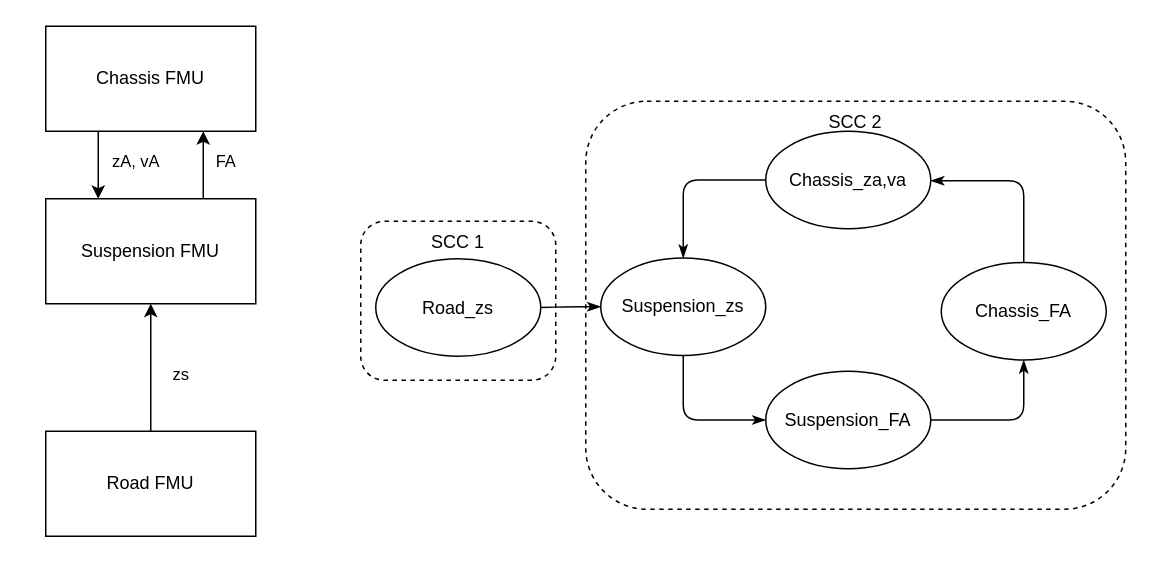
Earlier version of the draw.io diagram page "Page-2" (2 of 6) of images/quarter_car.drawio (SimplisticCode/An-FMI-Based-initialization-plugin-for-INTO-CPS-Maestro-2---Long). Source tidied: cells renumbered, new cells numbered last; positions are measured from the earlier drawing's top-left corner, leaving out a move shared by most shapes. Both pictures are drawn from the tidied source at 150%, with x=0, y=0 at pixel (45, 26).
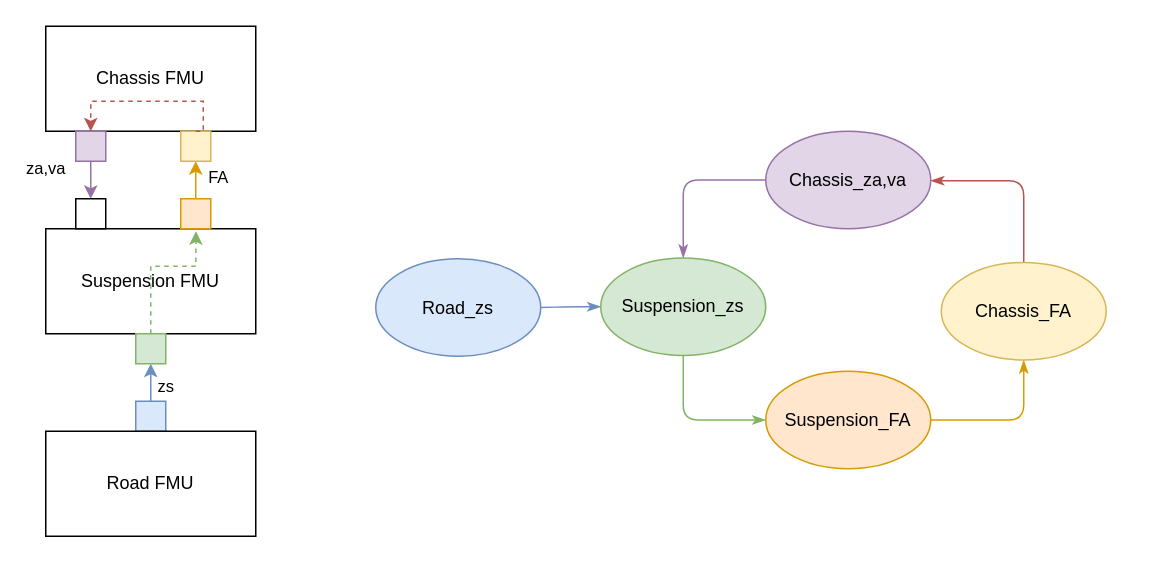
Above is the later version.

Unchanged cells that the change refers to:
```xml
<mxCell id="5" value="Road FMU" style="rounded=0;whiteSpace=wrap;html=1;" parent="1" vertex="1">
  <mxGeometry y="270" width="140" height="70" as="geometry" />
</mxCell>
<mxCell id="9" value="Chassis FMU" style="rounded=0;whiteSpace=wrap;html=1;" parent="1" vertex="1">
  <mxGeometry width="140" height="70" as="geometry" />
</mxCell>
```

Diff of the diagram source:
```diff
@@
-    <mxCell id="2" value="SCC 1" style="rounded=1;whiteSpace=wrap;html=1;dashed=1;verticalAlign=top;" parent="1" vertex="1">
-      <mxGeometry x="210" y="130" width="130" height="106" as="geometry" />
-    </mxCell>
-    <mxCell id="3" value="SCC 2" style="rounded=1;whiteSpace=wrap;html=1;dashed=1;verticalAlign=top;" parent="1" vertex="1">
-      <mxGeometry x="360" y="50" width="360" height="272" as="geometry" />
-    </mxCell>
+    <mxCell id="20" style="rounded=0;whiteSpace=wrap;html=1;fillColor=#dae8fc;strokeColor=#6c8ebf;" parent="1" vertex="1">
+      <mxGeometry x="60" y="250" width="20" height="20" as="geometry" />
+    </mxCell>
-    <mxCell id="4" value="zs" style="edgeStyle=orthogonalEdgeStyle;rounded=0;jettySize=auto;html=1;entryX=0.5;entryY=1;entryDx=0;entryDy=0;" parent="1" edge="1" source="5" target="7">
-      <mxGeometry x="-0.11" y="-20" relative="1" as="geometry" />
+    <mxCell id="4" value="zs" style="edgeStyle=orthogonalEdgeStyle;rounded=0;jettySize=auto;html=1;entryX=0.5;entryY=1;entryDx=0;entryDy=0;fillColor=#dae8fc;strokeColor=#6c8ebf;" parent="1" edge="1" source="20" target="21">
+      <mxGeometry x="0.45" y="-10" relative="1" as="geometry" />
     </mxCell>
@@
-    <mxCell id="6" value="FA" style="edgeStyle=orthogonalEdgeStyle;rounded=0;jettySize=auto;html=1;exitX=0.75;exitY=0;exitDx=0;exitDy=0;entryX=0.75;entryY=1;entryDx=0;entryDy=0;" parent="1" edge="1" source="7" target="9">
+    <mxCell id="6" value="FA" style="edgeStyle=orthogonalEdgeStyle;rounded=0;jettySize=auto;html=1;exitX=0.5;exitY=0;exitDx=0;exitDy=0;entryX=0.5;entryY=1;entryDx=0;entryDy=0;fillColor=#ffe6cc;strokeColor=#d79b00;" parent="1" edge="1" source="22" target="23">
       <mxGeometry x="0.11" y="-15" relative="1" as="geometry" />
     </mxCell>
     <mxCell id="7" value="Suspension FMU" style="rounded=0;whiteSpace=wrap;html=1;" parent="1" vertex="1">
-      <mxGeometry y="115" width="140" height="70" as="geometry" />
+      <mxGeometry y="135" width="140" height="70" as="geometry" />
     </mxCell>
-    <mxCell id="8" value="zA, vA" style="edgeStyle=orthogonalEdgeStyle;rounded=0;jettySize=auto;html=1;exitX=0.25;exitY=1;exitDx=0;exitDy=0;entryX=0.25;entryY=0;entryDx=0;entryDy=0;" parent="1" edge="1" source="9" target="7">
-      <mxGeometry x="-0.11" y="25" relative="1" as="geometry" />
-    </mxCell>
@@
-    <mxCell id="10" style="edgeStyle=orthogonalEdgeStyle;rounded=1;jettySize=auto;html=1;startArrow=classicThin;startFill=1;endArrow=none;endFill=0;strokeColor=#000000;" parent="1" edge="1" source="13" target="11">
+    <mxCell id="10" style="edgeStyle=orthogonalEdgeStyle;rounded=1;jettySize=auto;html=1;startArrow=classicThin;startFill=1;endArrow=none;endFill=0;strokeColor=#6c8ebf;fillColor=#dae8fc;" parent="1" edge="1" source="13" target="11">
       <mxGeometry relative="1" as="geometry" />
     </mxCell>
-    <mxCell id="11" value="Road_zs" style="ellipse;whiteSpace=wrap;html=1;" parent="1" vertex="1">
+    <mxCell id="11" value="Road_zs" style="ellipse;whiteSpace=wrap;html=1;fillColor=#dae8fc;strokeColor=#6c8ebf;" parent="1" vertex="1">
       <mxGeometry x="220" y="155" width="110" height="65" as="geometry" />
     </mxCell>
-    <mxCell id="12" style="edgeStyle=orthogonalEdgeStyle;rounded=1;jettySize=auto;html=1;exitX=0.5;exitY=1;exitDx=0;exitDy=0;entryX=0;entryY=0.5;entryDx=0;entryDy=0;startArrow=none;startFill=0;endArrow=classicThin;endFill=1;strokeColor=#000000;" parent="1" edge="1" source="13" target="15">
+    <mxCell id="12" style="edgeStyle=orthogonalEdgeStyle;rounded=1;jettySize=auto;html=1;exitX=0.5;exitY=1;exitDx=0;exitDy=0;entryX=0;entryY=0.5;entryDx=0;entryDy=0;startArrow=none;startFill=0;endArrow=classicThin;endFill=1;strokeColor=#82b366;fillColor=#d5e8d4;" parent="1" edge="1" source="13" target="15">
       <mxGeometry relative="1" as="geometry" />
     </mxCell>
-    <mxCell id="13" value="Suspension_zs" style="ellipse;whiteSpace=wrap;html=1;" parent="1" vertex="1">
+    <mxCell id="13" value="Suspension_zs" style="ellipse;whiteSpace=wrap;html=1;fillColor=#d5e8d4;strokeColor=#82b366;" parent="1" vertex="1">
       <mxGeometry x="370" y="154.5" width="110" height="65" as="geometry" />
     </mxCell>
-    <mxCell id="14" style="edgeStyle=orthogonalEdgeStyle;rounded=1;jettySize=auto;html=1;exitX=1;exitY=0.5;exitDx=0;exitDy=0;entryX=0.5;entryY=1;entryDx=0;entryDy=0;startArrow=none;startFill=0;endArrow=classicThin;endFill=1;strokeColor=#000000;" parent="1" edge="1" source="15" target="17">
+    <mxCell id="14" style="edgeStyle=orthogonalEdgeStyle;rounded=1;jettySize=auto;html=1;exitX=1;exitY=0.5;exitDx=0;exitDy=0;entryX=0.5;entryY=1;entryDx=0;entryDy=0;startArrow=none;startFill=0;endArrow=classicThin;endFill=1;strokeColor=#d79b00;fillColor=#ffe6cc;" parent="1" edge="1" source="15" target="17">
       <mxGeometry relative="1" as="geometry" />
     </mxCell>
-    <mxCell id="15" value="Suspension_FA" style="ellipse;whiteSpace=wrap;html=1;" parent="1" vertex="1">
+    <mxCell id="15" value="Suspension_FA" style="ellipse;whiteSpace=wrap;html=1;fillColor=#ffe6cc;strokeColor=#d79b00;" parent="1" vertex="1">
       <mxGeometry x="480" y="230" width="110" height="65" as="geometry" />
     </mxCell>
-    <mxCell id="16" style="edgeStyle=orthogonalEdgeStyle;rounded=1;jettySize=auto;html=1;startArrow=none;startFill=0;endArrow=classicThin;endFill=1;strokeColor=#000000;" parent="1" edge="1" source="17" target="19">
+    <mxCell id="16" style="edgeStyle=orthogonalEdgeStyle;rounded=1;jettySize=auto;html=1;startArrow=none;startFill=0;endArrow=classicThin;endFill=1;strokeColor=#b85450;fillColor=#f8cecc;" parent="1" edge="1" source="17" target="19">
       <mxGeometry relative="1" as="geometry">
         <Array as="points">
           <mxPoint x="652" y="103" />
         </Array>
       </mxGeometry>
     </mxCell>
-    <mxCell id="17" value="Chassis_FA" style="ellipse;whiteSpace=wrap;html=1;" parent="1" vertex="1">
+    <mxCell id="17" value="Chassis_FA" style="ellipse;whiteSpace=wrap;html=1;fillColor=#fff2cc;strokeColor=#d6b656;" parent="1" vertex="1">
       <mxGeometry x="597" y="157.5" width="110" height="65" as="geometry" />
     </mxCell>
-    <mxCell id="18" style="edgeStyle=orthogonalEdgeStyle;rounded=1;jettySize=auto;html=1;exitX=0;exitY=0.5;exitDx=0;exitDy=0;entryX=0.5;entryY=0;entryDx=0;entryDy=0;startArrow=none;startFill=0;endArrow=classicThin;endFill=1;strokeColor=#000000;" parent="1" edge="1" source="19" target="13">
+    <mxCell id="18" style="edgeStyle=orthogonalEdgeStyle;rounded=1;jettySize=auto;html=1;exitX=0;exitY=0.5;exitDx=0;exitDy=0;entryX=0.5;entryY=0;entryDx=0;entryDy=0;startArrow=none;startFill=0;endArrow=classicThin;endFill=1;strokeColor=#9673a6;fillColor=#e1d5e7;" parent="1" edge="1" source="19" target="13">
       <mxGeometry relative="1" as="geometry" />
     </mxCell>
-    <mxCell id="19" value="Chassis_za,va" style="ellipse;whiteSpace=wrap;html=1;" parent="1" vertex="1">
+    <mxCell id="19" value="Chassis_za,va" style="ellipse;whiteSpace=wrap;html=1;fillColor=#e1d5e7;strokeColor=#9673a6;" parent="1" vertex="1">
       <mxGeometry x="480" y="70" width="110" height="65" as="geometry" />
     </mxCell>
+    <mxCell id="21" style="rounded=0;whiteSpace=wrap;html=1;fillColor=#d5e8d4;strokeColor=#82b366;" parent="1" vertex="1">
+      <mxGeometry x="60" y="205" width="20" height="20" as="geometry" />
+    </mxCell>
+    <mxCell id="22" style="rounded=0;whiteSpace=wrap;html=1;fillColor=#ffe6cc;strokeColor=#d79b00;" parent="1" vertex="1">
+      <mxGeometry x="90" y="115" width="20" height="20" as="geometry" />
+    </mxCell>
+    <mxCell id="23" style="rounded=0;whiteSpace=wrap;html=1;fillColor=#fff2cc;strokeColor=#d6b656;" parent="1" vertex="1">
+      <mxGeometry x="90" y="70" width="20" height="20" as="geometry" />
+    </mxCell>
+    <mxCell id="24" value="za,va" style="edgeStyle=orthogonalEdgeStyle;rounded=0;jettySize=auto;html=1;exitX=0.5;exitY=1;exitDx=0;exitDy=0;entryX=0.5;entryY=0;entryDx=0;entryDy=0;fillColor=#e1d5e7;strokeColor=#9673a6;" parent="1" edge="1" source="26" target="25">
+      <mxGeometry x="-0.6" y="-30" relative="1" as="geometry" />
+    </mxCell>
+    <mxCell id="25" style="rounded=0;whiteSpace=wrap;html=1;" parent="1" vertex="1">
+      <mxGeometry x="20" y="115" width="20" height="20" as="geometry" />
+    </mxCell>
+    <mxCell id="26" style="rounded=0;whiteSpace=wrap;html=1;fillColor=#e1d5e7;strokeColor=#9673a6;" parent="1" vertex="1">
+      <mxGeometry x="20" y="70" width="20" height="20" as="geometry" />
+    </mxCell>
+    <mxCell id="27" style="edgeStyle=orthogonalEdgeStyle;rounded=0;orthogonalLoop=1;jettySize=auto;html=1;exitX=0.5;exitY=1;exitDx=0;exitDy=0;entryX=0.715;entryY=0.024;entryDx=0;entryDy=0;entryPerimeter=0;dashed=1;fillColor=#d5e8d4;strokeColor=#82b366;" parent="1" edge="1" source="7" target="7">
+      <mxGeometry x="0.11" y="-15" relative="1" as="geometry">
+        <Array as="points">
+          <mxPoint x="70" y="160" />
+          <mxPoint x="100" y="160" />
+        </Array>
+      </mxGeometry>
+    </mxCell>
+    <mxCell id="28" style="edgeStyle=orthogonalEdgeStyle;rounded=0;jettySize=auto;html=1;dashed=1;exitX=0.5;exitY=0;exitDx=0;exitDy=0;fillColor=#f8cecc;strokeColor=#b85450;" parent="1" edge="1" source="23">
+      <mxGeometry x="0.11" y="-15" relative="1" as="geometry">
+        <mxPoint x="30" y="70" as="targetPoint" />
+        <Array as="points">
+          <mxPoint x="105" y="70" />
+          <mxPoint x="105" y="50" />
+          <mxPoint x="30" y="50" />
+        </Array>
+      </mxGeometry>
+    </mxCell>
```
